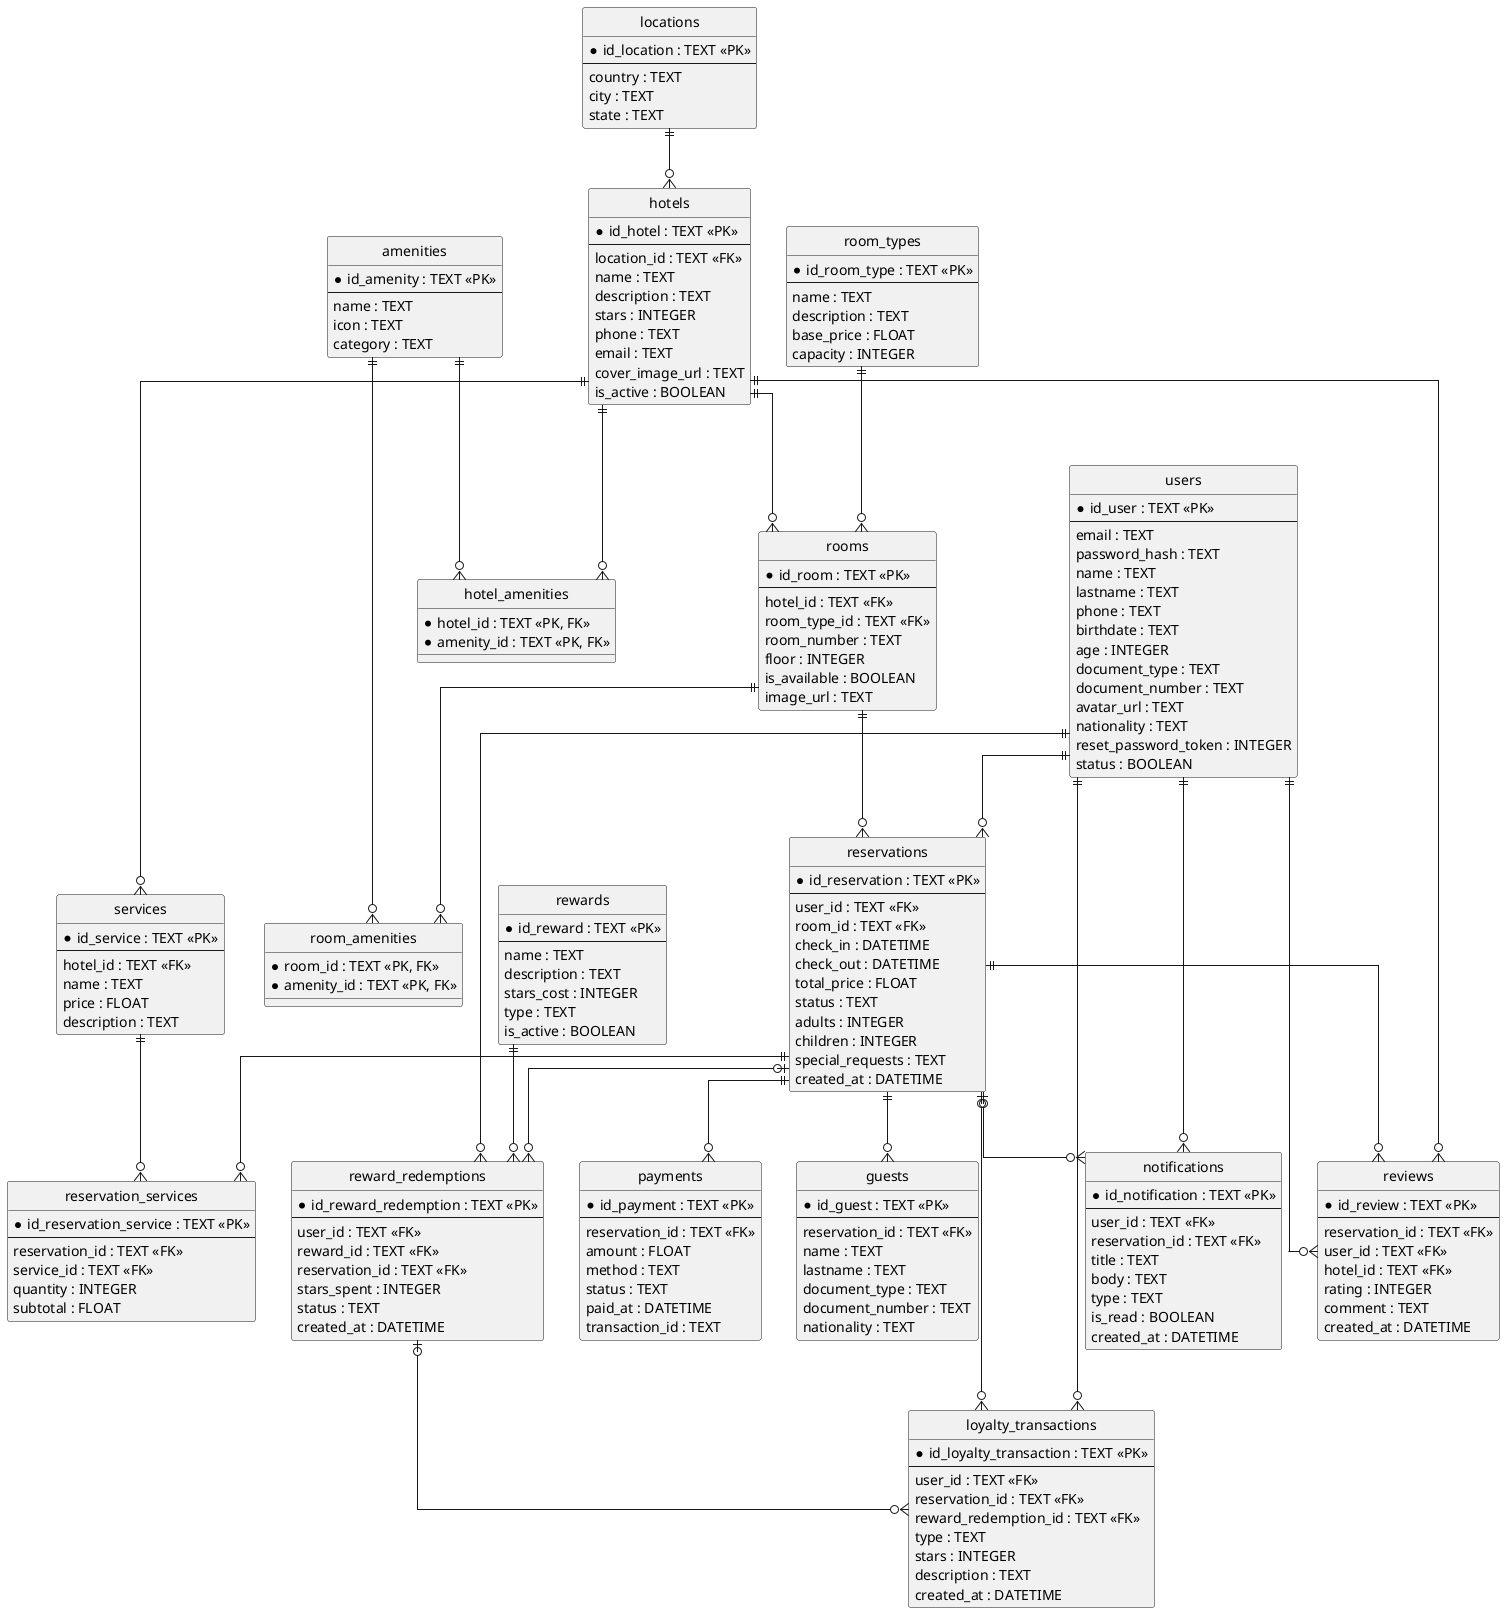
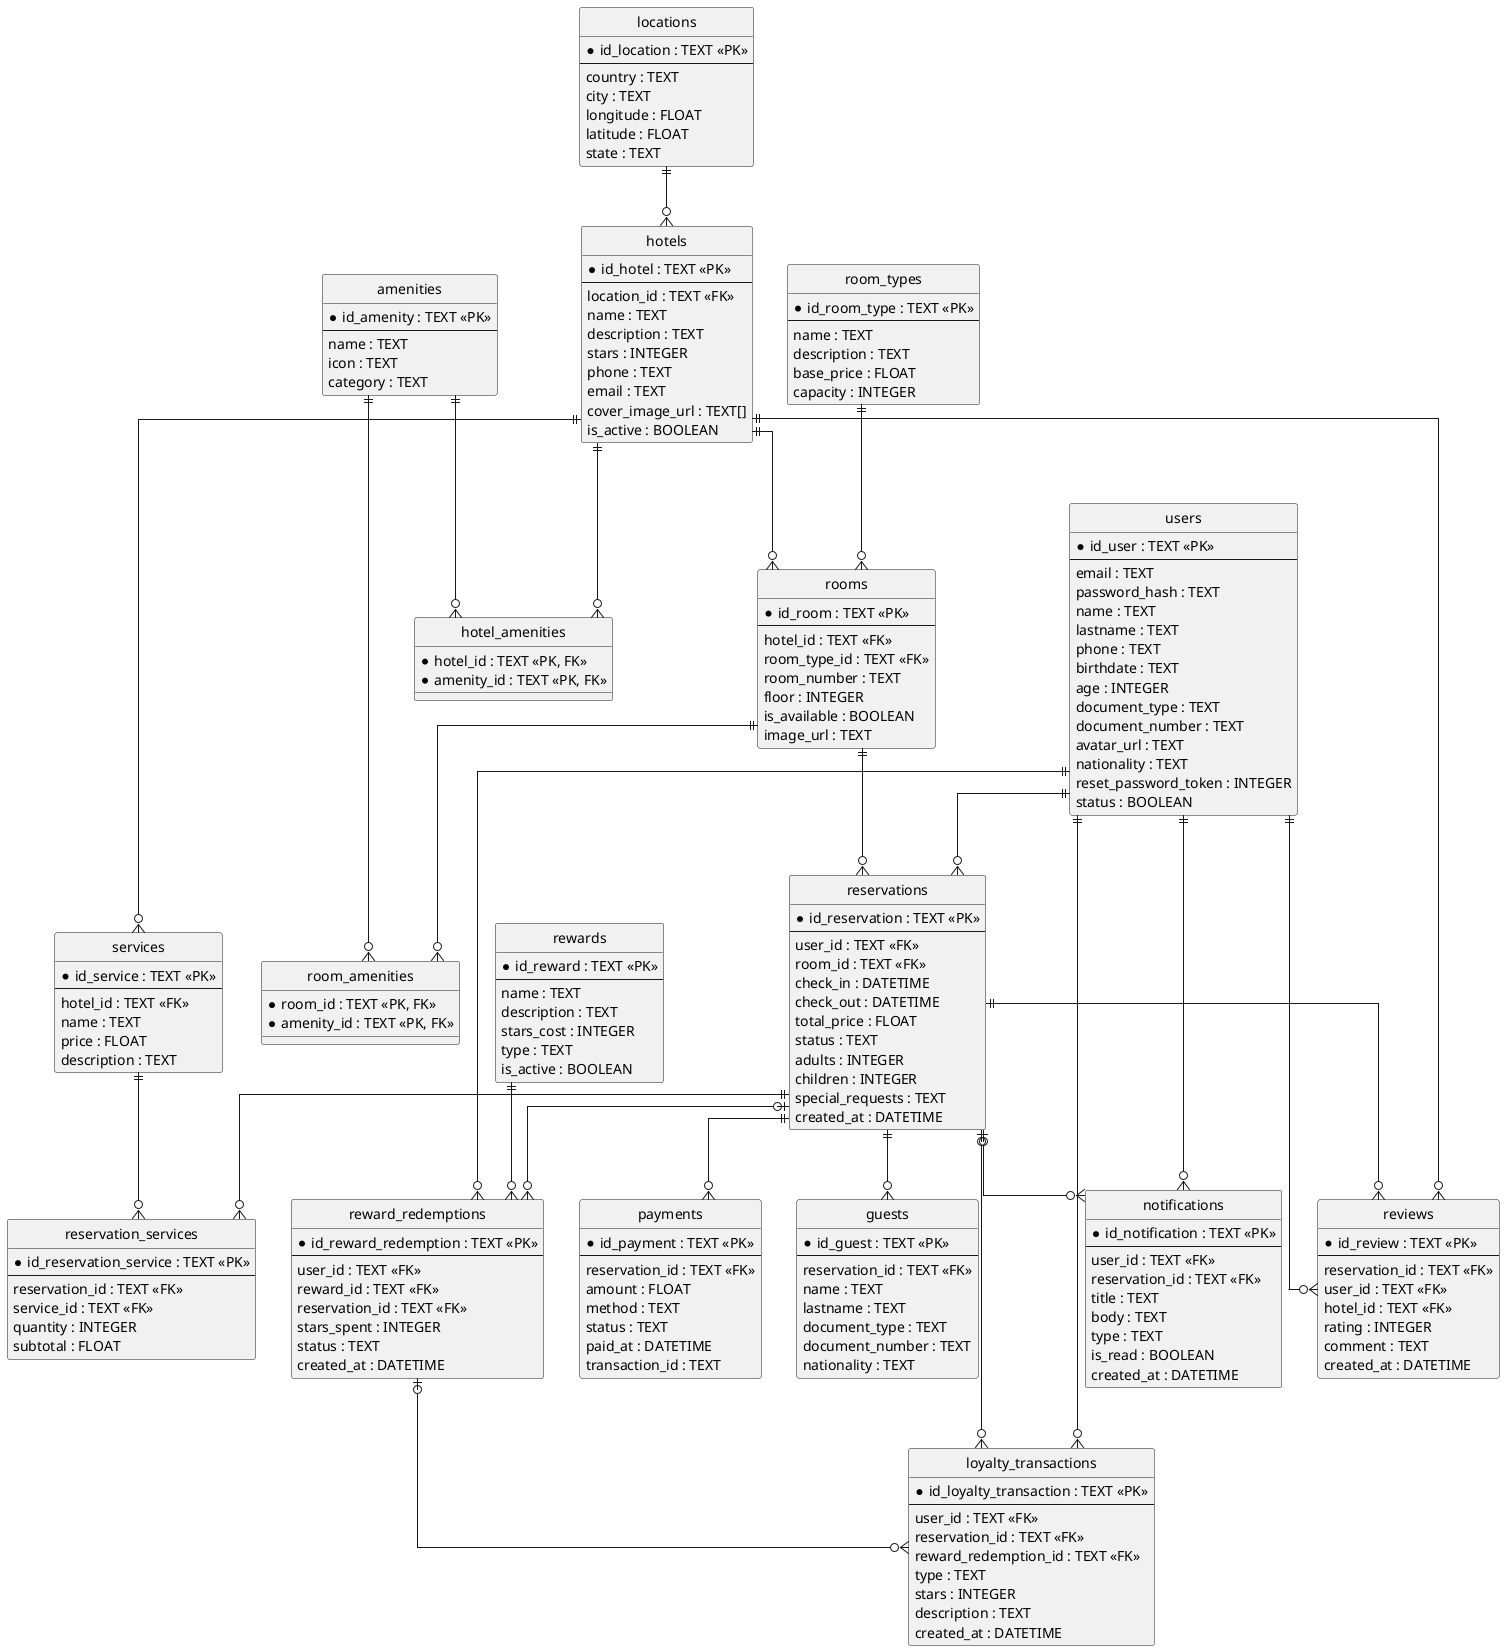
@startuml
'!theme plain
hide circle
skinparam linetype ortho

entity "locations" as Locations {
  * id_location : TEXT <<PK>>
  --
  country : TEXT
  city : TEXT
+   longitude : FLOAT
+   latitude : FLOAT
  state : TEXT
}

entity "hotels" as Hotels {
  * id_hotel : TEXT <<PK>>
  --
  location_id : TEXT <<FK>>
  name : TEXT
  description : TEXT
  stars : INTEGER
  phone : TEXT
  email : TEXT
-   cover_image_url : TEXT
+   cover_image_url : TEXT[]
  is_active : BOOLEAN
}

entity "room_types" as RoomTypes {
  * id_room_type : TEXT <<PK>>
  --
  name : TEXT
  description : TEXT
  base_price : FLOAT
  capacity : INTEGER
}

entity "rooms" as Rooms {
  * id_room : TEXT <<PK>>
  --
  hotel_id : TEXT <<FK>>
  room_type_id : TEXT <<FK>>
  room_number : TEXT
  floor : INTEGER
  is_available : BOOLEAN
  image_url : TEXT
}

entity "users" as Users {
  * id_user : TEXT <<PK>>
  --
  email : TEXT
  password_hash : TEXT
  name : TEXT
  lastname : TEXT
  phone : TEXT
  birthdate : TEXT
  age : INTEGER
  document_type : TEXT
  document_number : TEXT
  avatar_url : TEXT
  nationality : TEXT
  reset_password_token : INTEGER
  status : BOOLEAN
}

entity "guests" as Guests {
  * id_guest : TEXT <<PK>>
  --
  reservation_id : TEXT <<FK>>
  name : TEXT
  lastname : TEXT
  document_type : TEXT
  document_number : TEXT
  nationality : TEXT
}

entity "reservations" as Reservations {
  * id_reservation : TEXT <<PK>>
  --
  user_id : TEXT <<FK>>
  room_id : TEXT <<FK>>
  check_in : DATETIME
  check_out : DATETIME
  total_price : FLOAT
  status : TEXT
  adults : INTEGER
  children : INTEGER
  special_requests : TEXT
  created_at : DATETIME
}

entity "payments" as Payments {
  * id_payment : TEXT <<PK>>
  --
  reservation_id : TEXT <<FK>>
  amount : FLOAT
  method : TEXT
  status : TEXT
  paid_at : DATETIME
  transaction_id : TEXT
}

entity "amenities" as Amenities {
  * id_amenity : TEXT <<PK>>
  --
  name : TEXT
  icon : TEXT
  category : TEXT
}

entity "hotel_amenities" as HotelAmenities {
  * hotel_id : TEXT <<PK, FK>>
  * amenity_id : TEXT <<PK, FK>>
}

entity "room_amenities" as RoomAmenities {
  * room_id : TEXT <<PK, FK>>
  * amenity_id : TEXT <<PK, FK>>
}

entity "services" as Services {
  * id_service : TEXT <<PK>>
  --
  hotel_id : TEXT <<FK>>
  name : TEXT
  price : FLOAT
  description : TEXT
}

entity "reservation_services" as ReservationServices {
  * id_reservation_service : TEXT <<PK>>
  --
  reservation_id : TEXT <<FK>>
  service_id : TEXT <<FK>>
  quantity : INTEGER
  subtotal : FLOAT
}

entity "loyalty_transactions" as LoyaltyTransactions {
  * id_loyalty_transaction : TEXT <<PK>>
  --
  user_id : TEXT <<FK>>
  reservation_id : TEXT <<FK>>
  reward_redemption_id : TEXT <<FK>>
  type : TEXT
  stars : INTEGER
  description : TEXT
  created_at : DATETIME
}

entity "rewards" as Rewards {
  * id_reward : TEXT <<PK>>
  --
  name : TEXT
  description : TEXT
  stars_cost : INTEGER
  type : TEXT
  is_active : BOOLEAN
}

entity "reward_redemptions" as RewardRedemptions {
  * id_reward_redemption : TEXT <<PK>>
  --
  user_id : TEXT <<FK>>
  reward_id : TEXT <<FK>>
  reservation_id : TEXT <<FK>>
  stars_spent : INTEGER
  status : TEXT
  created_at : DATETIME
}

entity "reviews" as Reviews {
  * id_review : TEXT <<PK>>
  --
  reservation_id : TEXT <<FK>>
  user_id : TEXT <<FK>>
  hotel_id : TEXT <<FK>>
  rating : INTEGER
  comment : TEXT
  created_at : DATETIME
}

entity "notifications" as Notifications {
  * id_notification : TEXT <<PK>>
  --
  user_id : TEXT <<FK>>
  reservation_id : TEXT <<FK>>
  title : TEXT
  body : TEXT
  type : TEXT
  is_read : BOOLEAN
  created_at : DATETIME
}

' --- RELACIONES ---
Locations ||--o{ Hotels
Hotels ||--o{ Rooms
RoomTypes ||--o{ Rooms
Users ||--o{ Reservations
Rooms ||--o{ Reservations
Reservations ||--o{ Guests
Reservations ||--o{ Payments
Reservations ||--o{ ReservationServices
Services ||--o{ ReservationServices
Hotels ||--o{ Services
Hotels ||--o{ HotelAmenities
Amenities ||--o{ HotelAmenities
Rooms ||--o{ RoomAmenities
Amenities ||--o{ RoomAmenities
Users ||--o{ LoyaltyTransactions
Reservations |o--o{ LoyaltyTransactions
RewardRedemptions |o--o{ LoyaltyTransactions
Users ||--o{ RewardRedemptions
Rewards ||--o{ RewardRedemptions
Reservations |o--o{ RewardRedemptions
Reservations ||--o{ Reviews
Users ||--o{ Reviews
Hotels ||--o{ Reviews
Users ||--o{ Notifications
Reservations |o--o{ Notifications

@enduml